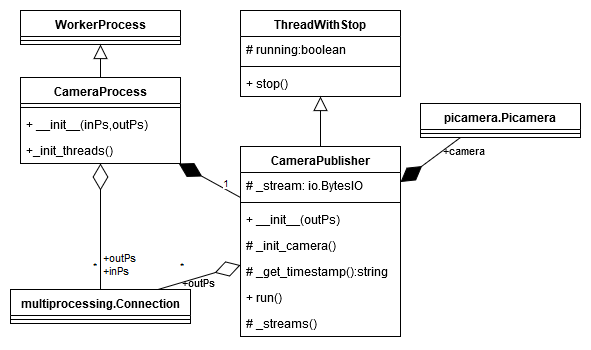
Earlier version of the draw.io export docs/source/diagrams/pics/ClassDiaStartUp_CameraProcess.png (ECC-BFMC/Brain). Source tidied: cells renumbered, new cells last; positions are measured from the earlier drawing's top-left corner, leaving out a move shared by most shapes.
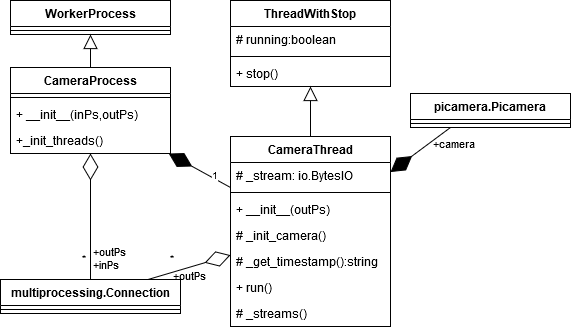
The same diagram one commit later.

Diff of the diagram source:
```diff
@@ -55,7 +55,7 @@
     <mxCell id="18" style="group;" parent="1" vertex="1">
       <mxGeometry x="230" y="136" width="160" height="164" as="geometry" />
     </mxCell>
-    <mxCell id="19" value="CameraPublisher" style="swimlane;fontStyle=1;align=center;verticalAlign=top;horizontal=1;startSize=26;" parent="18" vertex="1">
+    <mxCell id="19" value="CameraThread" style="swimlane;fontStyle=1;align=center;verticalAlign=top;horizontal=1;startSize=26;" parent="18" vertex="1">
       <mxGeometry width="160" height="190" as="geometry" />
     </mxCell>
     <mxCell id="20" value="# _stream: io.BytesIO" style="text;strokeColor=none;fillColor=none;align=left;verticalAlign=top;spacingLeft=4;spacingRight=4;overflow=hidden;" parent="19" vertex="1">
```
